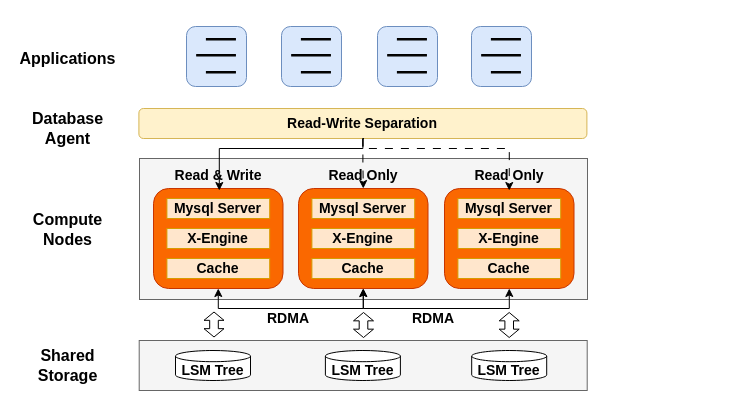
The draw.io diagram disaggregation_arch.drawio in Blueratzxk/fileServer, before the edit. Source tidied: cells renumbered, new cells numbered last; positions are measured from the earlier drawing's top-left corner, leaving out a move shared by most shapes. Both pictures are drawn from the tidied source at 100%, with x=0, y=0 at pixel (16, 26).
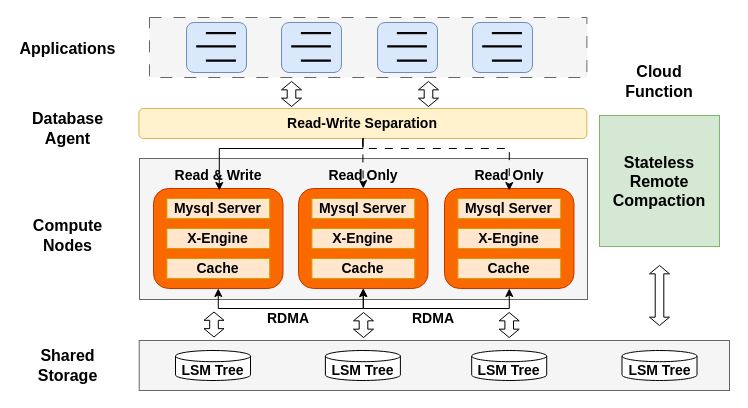
The same diagram, later.

The edit, as a diff of the source:
```diff
@@
-    <mxCell id="26" style="group;fontStyle=1;" parent="1" vertex="1">
-      <mxGeometry x="170" width="58" height="60" as="geometry" />
+    <mxCell id="26" style="group;fontStyle=1;dashed=1;dashPattern=8 8;" parent="1" vertex="1">
+      <mxGeometry x="170" y="-4" width="400.4" height="55" as="geometry" />
     </mxCell>
+    <mxCell id="60" style="rounded=0;whiteSpace=wrap;html=1;dashed=1;dashPattern=12 12;fillColor=#f5f5f5;strokeColor=#666666;fontColor=#333333;" parent="26" vertex="1">
+      <mxGeometry x="-37" y="-5" width="437.4" height="60" as="geometry" />
+    </mxCell>
     <mxCell id="27" style="rounded=1;whiteSpace=wrap;html=1;roundedPerimeter=1;strokeWidth=1;fontSize=11;fontStyle=1;fillColor=#dae8fc;strokeColor=#6c8ebf;" parent="26" vertex="1">
-      <mxGeometry width="60" height="60" as="geometry" />
+      <mxGeometry width="60" height="50" as="geometry" />
     </mxCell>
     <mxCell id="28" style="rounded=0;whiteSpace=wrap;html=1;fillColor=light-dark(#0A0A08,#BABDC0);fontColor=light-dark(#6a6868, #ededed);fontSize=11;fontStyle=1;" parent="26" vertex="1">
-      <mxGeometry x="19.9" y="12" width="29" height="1.5" as="geometry" />
+      <mxGeometry x="19.9" y="10" width="29" height="1.2" as="geometry" />
     </mxCell>
     <mxCell id="29" style="rounded=0;whiteSpace=wrap;html=1;fillColor=light-dark(#0A0A08,#BABDC0);fontColor=light-dark(#6a6868, #ededed);fontSize=11;fontStyle=1;" parent="26" vertex="1">
-      <mxGeometry x="10.2" y="28" width="38.7" height="1.5" as="geometry" />
+      <mxGeometry x="10.2" y="23.3" width="38.7" height="1.2" as="geometry" />
     </mxCell>
     <mxCell id="30" style="rounded=0;whiteSpace=wrap;html=1;fillColor=light-dark(#0A0A08,#BABDC0);fontColor=light-dark(#6a6868, #ededed);fontSize=11;fontStyle=1;" parent="26" vertex="1">
-      <mxGeometry x="19.9" y="45" width="29" height="1.5" as="geometry" />
+      <mxGeometry x="19.9" y="37.5" width="29" height="1.2" as="geometry" />
     </mxCell>
     <mxCell id="31" style="group;fontStyle=1;" parent="1" vertex="1">
-      <mxGeometry x="265" width="58" height="60" as="geometry" />
+      <mxGeometry x="265" y="-4" width="58" height="50" as="geometry" />
     </mxCell>
     <mxCell id="32" style="rounded=1;whiteSpace=wrap;html=1;roundedPerimeter=1;strokeWidth=1;fontSize=11;fontStyle=1;fillColor=#dae8fc;strokeColor=#6c8ebf;" parent="31" vertex="1">
-      <mxGeometry width="60" height="60" as="geometry" />
+      <mxGeometry width="60" height="50" as="geometry" />
     </mxCell>
     <mxCell id="33" style="rounded=0;whiteSpace=wrap;html=1;fillColor=light-dark(#0A0A08,#BABDC0);fontColor=light-dark(#6a6868, #ededed);fontSize=11;fontStyle=1;" parent="31" vertex="1">
-      <mxGeometry x="19.9" y="12" width="29" height="1.5" as="geometry" />
+      <mxGeometry x="19.9" y="10" width="29" height="1.2" as="geometry" />
     </mxCell>
     <mxCell id="34" style="rounded=0;whiteSpace=wrap;html=1;fillColor=light-dark(#0A0A08,#BABDC0);fontColor=light-dark(#6a6868, #ededed);fontSize=11;fontStyle=1;" parent="31" vertex="1">
-      <mxGeometry x="10.2" y="28" width="38.7" height="1.5" as="geometry" />
+      <mxGeometry x="10.2" y="23.3" width="38.7" height="1.2" as="geometry" />
     </mxCell>
     <mxCell id="35" style="rounded=0;whiteSpace=wrap;html=1;fillColor=light-dark(#0A0A08,#BABDC0);fontColor=light-dark(#6a6868, #ededed);fontSize=11;fontStyle=1;" parent="31" vertex="1">
-      <mxGeometry x="19.9" y="45" width="29" height="1.5" as="geometry" />
+      <mxGeometry x="19.9" y="37.5" width="29" height="1.2" as="geometry" />
     </mxCell>
-    <mxCell id="36" style="group;fontStyle=1;" parent="1" vertex="1">
-      <mxGeometry x="361" width="58" height="60" as="geometry" />
-    </mxCell>
-    <mxCell id="37" style="rounded=1;whiteSpace=wrap;html=1;roundedPerimeter=1;strokeWidth=1;fontSize=11;fontStyle=1;fillColor=#dae8fc;strokeColor=#6c8ebf;" parent="36" vertex="1">
-      <mxGeometry width="60" height="60" as="geometry" />
-    </mxCell>
-    <mxCell id="38" style="rounded=0;whiteSpace=wrap;html=1;fillColor=light-dark(#0A0A08,#BABDC0);fontColor=light-dark(#6a6868, #ededed);fontSize=11;fontStyle=1;" parent="36" vertex="1">
-      <mxGeometry x="19.9" y="12" width="29" height="1.5" as="geometry" />
-    </mxCell>
-    <mxCell id="39" style="rounded=0;whiteSpace=wrap;html=1;fillColor=light-dark(#0A0A08,#BABDC0);fontColor=light-dark(#6a6868, #ededed);fontSize=11;fontStyle=1;" parent="36" vertex="1">
-      <mxGeometry x="10.2" y="28" width="38.7" height="1.5" as="geometry" />
-    </mxCell>
-    <mxCell id="40" style="rounded=0;whiteSpace=wrap;html=1;fillColor=light-dark(#0A0A08,#BABDC0);fontColor=light-dark(#6a6868, #ededed);fontSize=11;fontStyle=1;" parent="36" vertex="1">
-      <mxGeometry x="19.9" y="45" width="29" height="1.5" as="geometry" />
-    </mxCell>
-    <mxCell id="41" style="group;fontStyle=1;" parent="1" vertex="1">
-      <mxGeometry x="455" width="58" height="60" as="geometry" />
-    </mxCell>
-    <mxCell id="42" style="rounded=1;whiteSpace=wrap;html=1;roundedPerimeter=1;strokeWidth=1;fontSize=11;fontStyle=1;fillColor=#dae8fc;strokeColor=#6c8ebf;" parent="41" vertex="1">
-      <mxGeometry width="60" height="60" as="geometry" />
-    </mxCell>
-    <mxCell id="43" style="rounded=0;whiteSpace=wrap;html=1;fillColor=light-dark(#0A0A08,#BABDC0);fontColor=light-dark(#6a6868, #ededed);fontSize=11;fontStyle=1;" parent="41" vertex="1">
-      <mxGeometry x="19.9" y="12" width="29" height="1.5" as="geometry" />
-    </mxCell>
-    <mxCell id="44" style="rounded=0;whiteSpace=wrap;html=1;fillColor=light-dark(#0A0A08,#BABDC0);fontColor=light-dark(#6a6868, #ededed);fontSize=11;fontStyle=1;" parent="41" vertex="1">
-      <mxGeometry x="10.2" y="28" width="38.7" height="1.5" as="geometry" />
-    </mxCell>
-    <mxCell id="45" style="rounded=0;whiteSpace=wrap;html=1;fillColor=light-dark(#0A0A08,#BABDC0);fontColor=light-dark(#6a6868, #ededed);fontSize=11;fontStyle=1;" parent="41" vertex="1">
-      <mxGeometry x="19.9" y="45" width="29" height="1.5" as="geometry" />
-    </mxCell>
     <mxCell id="46" style="rounded=0;whiteSpace=wrap;html=1;fillColor=#f5f5f5;strokeColor=#666666;fontColor=#333333;fontStyle=1;" parent="1" vertex="1">
-      <mxGeometry x="122.7" y="314" width="448" height="50" as="geometry" />
+      <mxGeometry x="122.7" y="314" width="590.3" height="50" as="geometry" />
     </mxCell>
@@
     <mxCell id="50" value="Applications" style="text;html=1;whiteSpace=wrap;strokeColor=none;fillColor=none;align=center;verticalAlign=middle;rounded=0;fontSize=16;fontStyle=1;" parent="1" vertex="1">
-      <mxGeometry x="0.2" y="16.5" width="102.8" height="30" as="geometry" />
+      <mxGeometry x="0.2" y="6.5" width="102.8" height="30" as="geometry" />
     </mxCell>
@@
     <mxCell id="52" value="Compute Nodes" style="text;html=1;whiteSpace=wrap;strokeColor=none;fillColor=none;align=center;verticalAlign=middle;rounded=0;fontSize=16;fontStyle=1;" parent="1" vertex="1">
-      <mxGeometry x="0.2" y="187.5" width="102.8" height="30" as="geometry" />
+      <mxGeometry x="0.2" y="193.5" width="102.8" height="30" as="geometry" />
     </mxCell>
@@
+    <mxCell id="61" value="&lt;font style=&quot;font-size: 16px;&quot;&gt;&lt;b&gt;Stateless&lt;/b&gt;&lt;/font&gt;&lt;div&gt;&lt;font style=&quot;font-size: 16px;&quot;&gt;&lt;b&gt;Remote&lt;/b&gt;&lt;/font&gt;&lt;/div&gt;&lt;div&gt;&lt;font style=&quot;font-size: 16px;&quot;&gt;&lt;b&gt;Compaction&lt;/b&gt;&lt;/font&gt;&lt;/div&gt;" style="rounded=0;whiteSpace=wrap;html=1;fillColor=#d5e8d4;strokeColor=#82b366;" parent="1" vertex="1">
+      <mxGeometry x="583" y="89" width="120" height="131" as="geometry" />
+    </mxCell>
+    <mxCell id="62" value="&lt;font&gt;Cloud&lt;/font&gt;&lt;div&gt;&lt;font&gt;Function&lt;/font&gt;&lt;/div&gt;" style="text;html=1;whiteSpace=wrap;strokeColor=none;fillColor=none;align=center;verticalAlign=middle;rounded=0;fontSize=16;fontStyle=1;strokeWidth=4;" parent="1" vertex="1">
+      <mxGeometry x="583" y="29.8" width="120" height="50" as="geometry" />
+    </mxCell>
+    <mxCell id="63" value="LSM Tree" style="shape=cylinder3;whiteSpace=wrap;html=1;boundedLbl=1;backgroundOutline=1;size=5.60003662109375;fontStyle=1;fontSize=14;" parent="1" vertex="1">
+      <mxGeometry x="605.5" y="324" width="75" height="30" as="geometry" />
+    </mxCell>
+    <mxCell id="64" style="html=1;shadow=0;dashed=0;align=center;verticalAlign=middle;shape=mxgraph.arrows2.twoWayArrow;dy=0.57;dx=8.33;rotation=90;" parent="1" vertex="1">
+      <mxGeometry x="613" y="259" width="60" height="20" as="geometry" />
+    </mxCell>
+    <mxCell id="65" style="group;fontStyle=1;" parent="1" vertex="1">
+      <mxGeometry x="361" y="-4" width="100" height="50" as="geometry" />
+    </mxCell>
+    <mxCell id="66" style="rounded=1;whiteSpace=wrap;html=1;roundedPerimeter=1;strokeWidth=1;fontSize=11;fontStyle=1;fillColor=#dae8fc;strokeColor=#6c8ebf;" parent="65" vertex="1">
+      <mxGeometry width="60" height="50" as="geometry" />
+    </mxCell>
+    <mxCell id="67" style="rounded=0;whiteSpace=wrap;html=1;fillColor=light-dark(#0A0A08,#BABDC0);fontColor=light-dark(#6a6868, #ededed);fontSize=11;fontStyle=1;" parent="65" vertex="1">
+      <mxGeometry x="19.9" y="10" width="29" height="1.2" as="geometry" />
+    </mxCell>
+    <mxCell id="68" style="rounded=0;whiteSpace=wrap;html=1;fillColor=light-dark(#0A0A08,#BABDC0);fontColor=light-dark(#6a6868, #ededed);fontSize=11;fontStyle=1;" parent="65" vertex="1">
+      <mxGeometry x="10.2" y="23.3" width="38.7" height="1.2" as="geometry" />
+    </mxCell>
+    <mxCell id="69" style="rounded=0;whiteSpace=wrap;html=1;fillColor=light-dark(#0A0A08,#BABDC0);fontColor=light-dark(#6a6868, #ededed);fontSize=11;fontStyle=1;" parent="65" vertex="1">
+      <mxGeometry x="19.9" y="37.5" width="29" height="1.2" as="geometry" />
+    </mxCell>
+    <mxCell id="70" style="group;fontStyle=1;" parent="65" vertex="1">
+      <mxGeometry x="95" width="58" height="50" as="geometry" />
+    </mxCell>
+    <mxCell id="71" style="rounded=1;whiteSpace=wrap;html=1;roundedPerimeter=1;strokeWidth=1;fontSize=11;fontStyle=1;fillColor=#dae8fc;strokeColor=#6c8ebf;" parent="70" vertex="1">
+      <mxGeometry width="60" height="50" as="geometry" />
+    </mxCell>
+    <mxCell id="72" style="rounded=0;whiteSpace=wrap;html=1;fillColor=light-dark(#0A0A08,#BABDC0);fontColor=light-dark(#6a6868, #ededed);fontSize=11;fontStyle=1;" parent="70" vertex="1">
+      <mxGeometry x="19.9" y="10" width="29" height="1.2" as="geometry" />
+    </mxCell>
+    <mxCell id="73" style="rounded=0;whiteSpace=wrap;html=1;fillColor=light-dark(#0A0A08,#BABDC0);fontColor=light-dark(#6a6868, #ededed);fontSize=11;fontStyle=1;" parent="70" vertex="1">
+      <mxGeometry x="10.2" y="23.3" width="38.7" height="1.2" as="geometry" />
+    </mxCell>
+    <mxCell id="74" style="rounded=0;whiteSpace=wrap;html=1;fillColor=light-dark(#0A0A08,#BABDC0);fontColor=light-dark(#6a6868, #ededed);fontSize=11;fontStyle=1;" parent="70" vertex="1">
+      <mxGeometry x="19.9" y="37.5" width="29" height="1.2" as="geometry" />
+    </mxCell>
+    <mxCell id="75" style="html=1;shadow=0;dashed=0;align=center;verticalAlign=middle;shape=mxgraph.arrows2.twoWayArrow;dy=0.57;dx=8.33;rotation=90;" parent="1" vertex="1">
+      <mxGeometry x="262.5" y="57.5" width="25" height="20" as="geometry" />
+    </mxCell>
+    <mxCell id="76" style="html=1;shadow=0;dashed=0;align=center;verticalAlign=middle;shape=mxgraph.arrows2.twoWayArrow;dy=0.57;dx=8.33;rotation=90;" parent="1" vertex="1">
+      <mxGeometry x="399.5" y="57.5" width="25" height="20" as="geometry" />
+    </mxCell>
```
